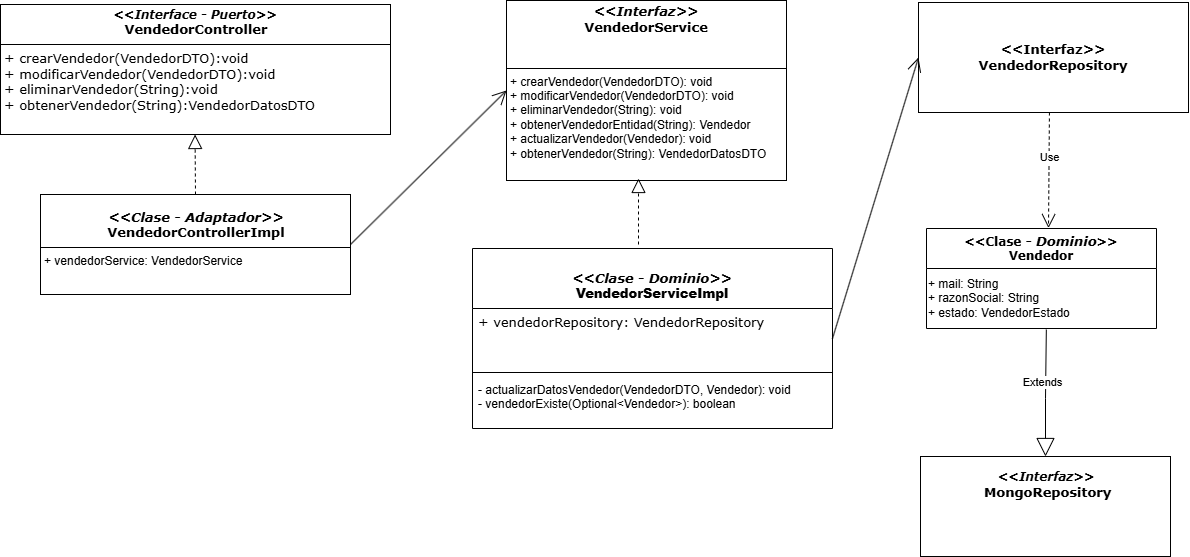
marilaumedici/arqSoft2ModuloVendedor keeps this draw.io diagram as src/main/resources/com/arqsoft/medici/diagramas/uml/umlVendedor.drawio.png. Above is the earlier version. Source tidied: cells renumbered, new cells last; positions are measured from the earlier drawing's top-left corner, leaving out a move shared by most shapes.
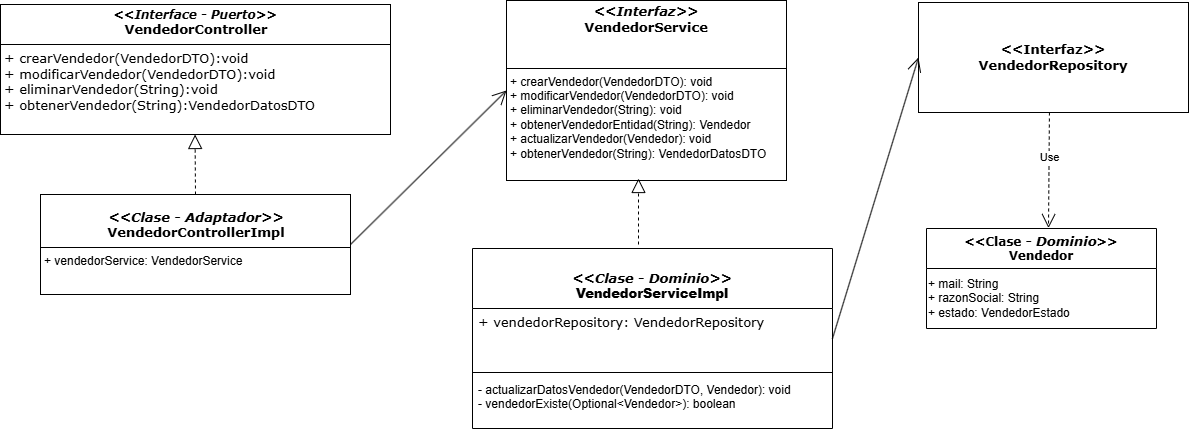
After the commit.

Diff of the diagram source:
```diff
@@ -5,9 +5,6 @@
     <mxCell id="2" value="&lt;p style=&quot;text-align: center; margin: 4px 0px 0px;&quot;&gt;&lt;b&gt;&lt;i style=&quot;&quot;&gt;&lt;font face=&quot;Verdana&quot;&gt;&amp;lt;&amp;lt;Interface - Puerto&amp;gt;&amp;gt;&lt;/font&gt;&lt;/i&gt;&lt;br&gt;&lt;/b&gt;&lt;/p&gt;&lt;div style=&quot;padding: 0px 0px 0px 2px;&quot;&gt;&lt;div style=&quot;white-space: pre;&quot;&gt;&lt;p style=&quot;text-align: center; margin: 0px;&quot;&gt;&lt;font face=&quot;Verdana&quot; style=&quot;font-size: 13px;&quot;&gt;&lt;b style=&quot;&quot;&gt;VendedorController&lt;/b&gt;&lt;/font&gt;&lt;/p&gt;&lt;/div&gt;&lt;/div&gt;&lt;hr size=&quot;1&quot; style=&quot;border-style:solid;&quot;&gt;&lt;p style=&quot;margin: 0px 0px 0px 4px;&quot;&gt;&lt;font face=&quot;Verdana&quot;&gt;&lt;span style=&quot;font-size: 13px;&quot;&gt;+ crearVendedor(VendedorDTO):void&lt;/span&gt;&lt;/font&gt;&lt;/p&gt;&lt;p style=&quot;margin: 0px 0px 0px 4px;&quot;&gt;&lt;font face=&quot;Verdana&quot;&gt;&lt;span style=&quot;font-size: 13px;&quot;&gt;+ modificarVendedor(VendedorDTO):void&lt;/span&gt;&lt;/font&gt;&lt;/p&gt;&lt;p style=&quot;margin: 0px 0px 0px 4px;&quot;&gt;&lt;font face=&quot;Verdana&quot;&gt;&lt;span style=&quot;font-size: 13px;&quot;&gt;+ eliminarVendedor(String):void&lt;/span&gt;&lt;/font&gt;&lt;/p&gt;&lt;p style=&quot;margin: 0px 0px 0px 4px;&quot;&gt;&lt;font face=&quot;Verdana&quot;&gt;&lt;span style=&quot;font-size: 13px;&quot;&gt;+ obtenerVendedor(String):VendedorDatosDTO&lt;/span&gt;&lt;/font&gt;&lt;/p&gt;&lt;p style=&quot;margin: 0px 0px 0px 4px; font-size: 13px;&quot;&gt;&lt;font face=&quot;Verdana&quot; style=&quot;font-size: 13px;&quot;&gt;&lt;span style=&quot;white-space: pre;&quot;&gt;&lt;br&gt;&lt;/span&gt;&lt;/font&gt;&lt;/p&gt;" style="verticalAlign=top;align=left;overflow=fill;html=1;whiteSpace=wrap;" parent="1" vertex="1">
       <mxGeometry y="4" width="390" height="130" as="geometry" />
     </mxCell>
-    <mxCell id="3" value="&lt;div style=&quot;padding: 0px 0px 0px 2px;&quot;&gt;&lt;div style=&quot;white-space: pre;&quot;&gt;&lt;p style=&quot;margin: 0px;&quot;&gt;&lt;font face=&quot;Verdana&quot;&gt;&lt;b&gt;&lt;i style=&quot;background-color: initial; white-space: normal;&quot;&gt;&lt;br&gt;&lt;/i&gt;&lt;/b&gt;&lt;/font&gt;&lt;/p&gt;&lt;p style=&quot;margin: 0px;&quot;&gt;&lt;font face=&quot;Verdana&quot;&gt;&lt;b&gt;&lt;i style=&quot;background-color: initial; white-space: normal;&quot;&gt;&amp;lt;&amp;lt;Interfaz&amp;gt;&amp;gt;&lt;/i&gt;&lt;/b&gt;&lt;/font&gt;&lt;/p&gt;&lt;p style=&quot;margin: 0px;&quot;&gt;&lt;font style=&quot;font-size: 13px;&quot;&gt;&lt;b style=&quot;font-family: pz7lu2PyOwCbIwi5bkzk;&quot;&gt; &lt;/b&gt;&lt;b style=&quot;&quot;&gt;&lt;font face=&quot;Verdana&quot;&gt;MongoRepository&lt;/font&gt;&lt;/b&gt;&lt;/font&gt;&lt;/p&gt;&lt;/div&gt;&lt;/div&gt;" style="verticalAlign=top;align=center;overflow=fill;html=1;whiteSpace=wrap;" parent="1" vertex="1">
-      <mxGeometry x="920" y="456" width="250" height="100" as="geometry" />
-    </mxCell>
     <mxCell id="4" value="&lt;div style=&quot;padding: 0px 0px 0px 2px; font-size: 13px;&quot;&gt;&lt;div style=&quot;white-space: pre;&quot;&gt;&lt;p style=&quot;font-family: &amp;quot;Courier New&amp;quot;; margin: 0px;&quot;&gt;&lt;br&gt;&lt;/p&gt;&lt;p style=&quot;text-align: center; margin: 0px;&quot;&gt;&lt;b style=&quot;&quot;&gt;&lt;font face=&quot;Verdana&quot;&gt;&lt;i&gt;&amp;lt;&amp;lt;Clase - Adaptador&amp;gt;&amp;gt;&lt;/i&gt;&lt;/font&gt;&lt;/b&gt;&lt;/p&gt;&lt;p style=&quot;text-align: center; margin: 0px;&quot;&gt;&lt;b style=&quot;&quot;&gt;&lt;font face=&quot;Verdana&quot;&gt;VendedorControllerImpl&lt;/font&gt;&lt;/b&gt;&lt;/p&gt;&lt;/div&gt;&lt;/div&gt;&lt;hr size=&quot;1&quot; style=&quot;border-style:solid;&quot;&gt;&lt;p style=&quot;margin:0px;margin-left:4px;&quot;&gt;+ vendedorService: VendedorService&lt;/p&gt;&lt;p style=&quot;margin:0px;margin-left:4px;&quot;&gt;&lt;br&gt;&lt;/p&gt;" style="verticalAlign=top;align=left;overflow=fill;html=1;whiteSpace=wrap;" parent="1" vertex="1">
       <mxGeometry x="40" y="194" width="310" height="100" as="geometry" />
     </mxCell>
@@ -47,13 +44,6 @@
     <mxCell id="14" style="endArrow=open;endFill=1;endSize=12;html=1;rounded=0;exitX=1;exitY=0.5;exitDx=0;exitDy=0;entryX=0;entryY=0.5;entryDx=0;entryDy=0;" parent="1" edge="1" source="9" target="13">
       <mxGeometry relative="1" as="geometry" />
     </mxCell>
-    <mxCell id="15" value="Extends" style="endArrow=block;endSize=16;endFill=0;html=1;rounded=0;entryX=0.5;entryY=0;entryDx=0;entryDy=0;exitX=0.521;exitY=1.018;exitDx=0;exitDy=0;exitPerimeter=0;" parent="1" edge="1" source="17" target="3">
-      <mxGeometry x="-0.18" y="-3" relative="1" as="geometry">
-        <Array as="points">
-          <mxPoint x="1045" y="398" />
-        </Array>
-      </mxGeometry>
-    </mxCell>
     <mxCell id="16" value="&lt;div&gt;&lt;font face=&quot;Verdana&quot;&gt;&lt;b&gt;&amp;lt;&amp;lt;Clase&amp;nbsp;&lt;/b&gt;&lt;/font&gt;&lt;i style=&quot;font-size: 13px; font-weight: 700;&quot;&gt;&lt;font face=&quot;Verdana&quot;&gt;- Dominio&lt;/font&gt;&lt;/i&gt;&lt;font face=&quot;Verdana&quot;&gt;&lt;b&gt;&amp;gt;&amp;gt;&lt;/b&gt;&lt;/font&gt;&lt;/div&gt;&lt;b style=&quot;&quot;&gt;&lt;font face=&quot;Verdana&quot;&gt;Vendedor&lt;/font&gt;&lt;/b&gt;" style="swimlane;fontStyle=0;horizontal=1;startSize=40;fillColor=none;whiteSpace=wrap;html=1;" parent="1" vertex="1">
       <mxGeometry x="926" y="228" width="230" height="100" as="geometry" />
     </mxCell>
```
